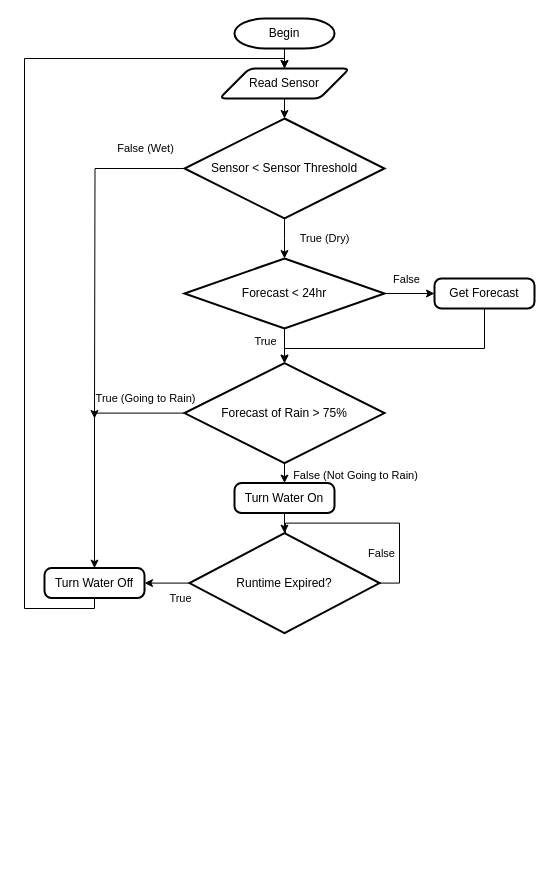
The draw.io diagram Irrigation System Optimised.drawio in williamprodinger23/williamprodinger23.github.io, before the edit. Source tidied: cells renumbered, new cells numbered last; positions are measured from the earlier drawing's top-left corner, leaving out a move shared by most shapes. Both pictures are drawn from the tidied source at 100%, with x=0, y=0 at pixel (24, 18).
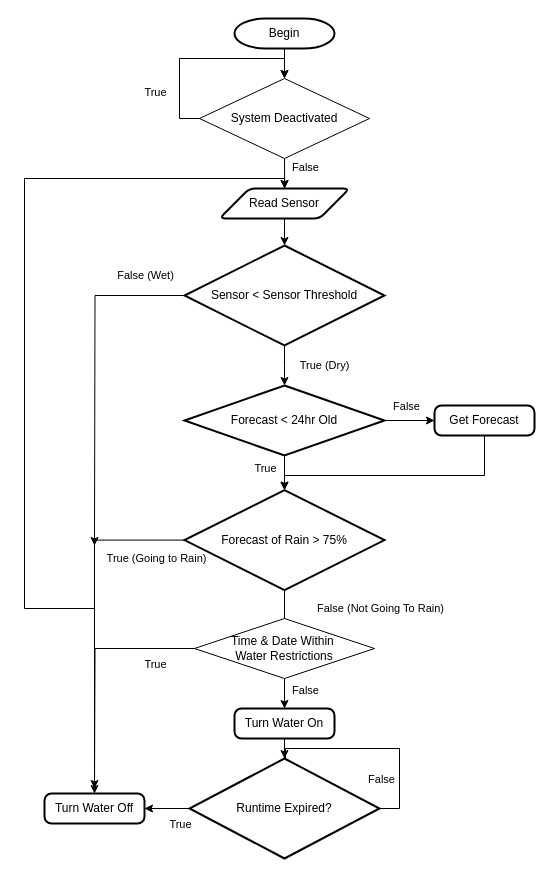
After the change.

Unchanged cells that the change refers to:
```xml
<mxCell id="3" value="Begin" style="strokeWidth=2;html=1;shape=mxgraph.flowchart.terminator;whiteSpace=wrap;" parent="1" vertex="1">
  <mxGeometry x="210" width="100" height="30" as="geometry" />
</mxCell>
<mxCell id="8" style="edgeStyle=orthogonalEdgeStyle;rounded=0;jettySize=auto;html=1;exitX=0;exitY=0.5;exitDx=0;exitDy=0;exitPerimeter=0;entryX=0.5;entryY=0;entryDx=0;entryDy=0;" parent="1" edge="1" source="12" target="22">
  <mxGeometry relative="1" as="geometry" />
</mxCell>
```

Diff of the diagram source:
```diff
@@
-    <mxCell id="2" style="edgeStyle=orthogonalEdgeStyle;rounded=0;jettySize=auto;html=1;exitX=0.5;exitY=1;exitDx=0;exitDy=0;exitPerimeter=0;entryX=0.5;entryY=0;entryDx=0;entryDy=0;" parent="1" edge="1" source="3" target="4">
-      <mxGeometry relative="1" as="geometry" />
-    </mxCell>
+    <mxCell id="32" style="edgeStyle=orthogonalEdgeStyle;rounded=0;jettySize=auto;html=1;exitX=0.5;exitY=1;exitDx=0;exitDy=0;exitPerimeter=0;" parent="1" edge="1" source="3" target="39">
+      <mxGeometry relative="1" as="geometry" />
+    </mxCell>
@@
     <mxCell id="4" value="Read Sensor" style="shape=parallelogram;html=1;strokeWidth=2;perimeter=parallelogramPerimeter;whiteSpace=wrap;rounded=1;arcSize=12;size=0.23;" parent="1" vertex="1">
-      <mxGeometry x="195" y="50" width="130" height="30" as="geometry" />
+      <mxGeometry x="195" y="170" width="130" height="30" as="geometry" />
     </mxCell>
     <mxCell id="5" style="edgeStyle=orthogonalEdgeStyle;rounded=0;jettySize=auto;html=1;exitX=0;exitY=0.5;exitDx=0;exitDy=0;exitPerimeter=0;" parent="1" edge="1" source="7">
       <mxGeometry relative="1" as="geometry">
-        <mxPoint x="70" y="400" as="targetPoint" />
+        <mxPoint x="70" y="527" as="targetPoint" />
       </mxGeometry>
     </mxCell>
@@
     <mxCell id="7" value="Sensor &amp;lt; Sensor Threshold" style="strokeWidth=2;html=1;shape=mxgraph.flowchart.decision;whiteSpace=wrap;" parent="1" vertex="1">
-      <mxGeometry x="160" y="100" width="200" height="100" as="geometry" />
+      <mxGeometry x="160" y="227" width="200" height="100" as="geometry" />
     </mxCell>
@@
     <mxCell id="9" value="True (Going to Rain)" style="edgeLabel;html=1;align=center;verticalAlign=middle;" parent="8" vertex="1">
       <mxGeometry x="-0.65" y="2" relative="1" as="geometry">
-        <mxPoint x="3" y="-17" as="offset" />
+        <mxPoint x="31" y="16" as="offset" />
       </mxGeometry>
     </mxCell>
-    <mxCell id="10" style="edgeStyle=orthogonalEdgeStyle;rounded=0;jettySize=auto;html=1;exitX=0.5;exitY=1;exitDx=0;exitDy=0;exitPerimeter=0;" parent="1" edge="1" source="12" target="15">
-      <mxGeometry relative="1" as="geometry" />
-    </mxCell>
-    <mxCell id="11" value="False (Not Going to Rain)" style="edgeLabel;html=1;align=center;verticalAlign=middle;" parent="10" vertex="1">
-      <mxGeometry x="-0.19" relative="1" as="geometry">
-        <mxPoint x="70" y="-4" as="offset" />
-      </mxGeometry>
-    </mxCell>
+    <mxCell id="33" style="edgeStyle=orthogonalEdgeStyle;rounded=0;jettySize=auto;html=1;exitX=0.5;exitY=1;exitDx=0;exitDy=0;exitPerimeter=0;" parent="1" edge="1" source="12">
+      <mxGeometry relative="1" as="geometry">
+        <mxPoint x="260" y="610" as="targetPoint" />
+      </mxGeometry>
+    </mxCell>
+    <mxCell id="34" value="False (Not Going To Rain)" style="edgeLabel;html=1;align=center;verticalAlign=middle;" parent="33" vertex="1">
+      <mxGeometry x="-0.3" y="-2" relative="1" as="geometry">
+        <mxPoint x="97" y="5" as="offset" />
+      </mxGeometry>
+    </mxCell>
     <mxCell id="12" value="Forecast of Rain &amp;gt; 75%" style="strokeWidth=2;html=1;shape=mxgraph.flowchart.decision;whiteSpace=wrap;" parent="1" vertex="1">
-      <mxGeometry x="160" y="344.6" width="200" height="100" as="geometry" />
+      <mxGeometry x="160" y="471.6" width="200" height="100" as="geometry" />
     </mxCell>
     <mxCell id="13" style="edgeStyle=orthogonalEdgeStyle;rounded=0;jettySize=auto;html=1;exitX=0.5;exitY=1;exitDx=0;exitDy=0;exitPerimeter=0;" parent="1" edge="1" source="7">
       <mxGeometry relative="1" as="geometry">
-        <mxPoint x="260" y="240" as="targetPoint" />
+        <mxPoint x="260" y="367" as="targetPoint" />
       </mxGeometry>
     </mxCell>
@@
     <mxCell id="15" value="Turn Water On" style="rounded=1;whiteSpace=wrap;html=1;absoluteArcSize=1;arcSize=14;strokeWidth=2;" parent="1" vertex="1">
-      <mxGeometry x="210" y="464.6" width="100" height="30" as="geometry" />
+      <mxGeometry x="210" y="690" width="100" height="30" as="geometry" />
     </mxCell>
@@
     <mxCell id="18" style="edgeStyle=orthogonalEdgeStyle;rounded=0;orthogonalLoop=1;jettySize=auto;html=1;exitX=1;exitY=0.5;exitDx=0;exitDy=0;exitPerimeter=0;entryX=0.5;entryY=0;entryDx=0;entryDy=0;entryPerimeter=0;" parent="1" edge="1" source="20" target="20">
       <mxGeometry relative="1" as="geometry">
         <Array as="points">
-          <mxPoint x="375" y="564.6" />
-          <mxPoint x="375" y="504.6" />
-          <mxPoint x="261" y="504.6" />
-          <mxPoint x="261" y="614.6" />
-          <mxPoint x="260" y="614.6" />
+          <mxPoint x="375" y="790" />
+          <mxPoint x="375" y="730" />
+          <mxPoint x="261" y="730" />
+          <mxPoint x="261" y="840" />
+          <mxPoint x="260" y="840" />
         </Array>
       </mxGeometry>
     </mxCell>
@@
     <mxCell id="20" value="Runtime Expired?" style="strokeWidth=2;html=1;shape=mxgraph.flowchart.decision;whiteSpace=wrap;" parent="1" vertex="1">
-      <mxGeometry x="165" y="514.6" width="190" height="100" as="geometry" />
+      <mxGeometry x="165" y="740" width="190" height="100" as="geometry" />
     </mxCell>
     <mxCell id="21" style="edgeStyle=orthogonalEdgeStyle;rounded=0;jettySize=auto;html=1;exitX=0.5;exitY=1;exitDx=0;exitDy=0;entryX=0.5;entryY=0;entryDx=0;entryDy=0;" parent="1" edge="1" source="22" target="4">
       <mxGeometry relative="1" as="geometry">
         <Array as="points">
           <mxPoint x="70" y="590" />
           <mxPoint y="590" />
-          <mxPoint y="40" />
-          <mxPoint x="260" y="40" />
+          <mxPoint y="160" />
+          <mxPoint x="260" y="160" />
         </Array>
       </mxGeometry>
     </mxCell>
     <mxCell id="22" value="Turn Water Off" style="rounded=1;whiteSpace=wrap;html=1;absoluteArcSize=1;arcSize=14;strokeWidth=2;" parent="1" vertex="1">
-      <mxGeometry x="20" y="549.6" width="100" height="30" as="geometry" />
+      <mxGeometry x="20" y="775" width="100" height="30" as="geometry" />
     </mxCell>
-    <mxCell id="23" style="edgeStyle=orthogonalEdgeStyle;rounded=0;jettySize=auto;html=1;exitX=0.5;exitY=1;exitDx=0;exitDy=0;entryX=0.5;entryY=0;entryDx=0;entryDy=0;entryPerimeter=0;" parent="1" edge="1" source="4" target="7">
-      <mxGeometry relative="1" as="geometry" />
-    </mxCell>
@@
-    <mxCell id="27" value="Forecast &amp;lt; 24hr" style="strokeWidth=2;html=1;shape=mxgraph.flowchart.decision;whiteSpace=wrap;" parent="1" vertex="1">
-      <mxGeometry x="160" y="240" width="200" height="70" as="geometry" />
+    <mxCell id="27" value="Forecast &amp;lt; 24hr Old" style="strokeWidth=2;html=1;shape=mxgraph.flowchart.decision;whiteSpace=wrap;" parent="1" vertex="1">
+      <mxGeometry x="160" y="367" width="200" height="70" as="geometry" />
     </mxCell>
     <mxCell id="28" value="Get Forecast" style="rounded=1;whiteSpace=wrap;html=1;absoluteArcSize=1;arcSize=14;strokeWidth=2;" parent="1" vertex="1">
-      <mxGeometry x="410" y="260" width="100" height="30" as="geometry" />
+      <mxGeometry x="410" y="387" width="100" height="30" as="geometry" />
     </mxCell>
@@
     <mxCell id="31" style="edgeStyle=orthogonalEdgeStyle;rounded=0;jettySize=auto;html=1;exitX=0.5;exitY=1;exitDx=0;exitDy=0;entryX=0.5;entryY=0;entryDx=0;entryDy=0;entryPerimeter=0;" parent="1" edge="1" source="28" target="12">
       <mxGeometry relative="1" as="geometry">
         <Array as="points">
-          <mxPoint x="460" y="330" />
-          <mxPoint x="260" y="330" />
+          <mxPoint x="460" y="457" />
+          <mxPoint x="260" y="457" />
         </Array>
       </mxGeometry>
     </mxCell>
+    <mxCell id="35" style="edgeStyle=orthogonalEdgeStyle;rounded=0;jettySize=auto;html=1;exitX=0.5;exitY=1;exitDx=0;exitDy=0;" parent="1" edge="1" source="39">
+      <mxGeometry relative="1" as="geometry">
+        <mxPoint x="260.2" y="170" as="targetPoint" />
+      </mxGeometry>
+    </mxCell>
+    <mxCell id="36" value="False" style="edgeLabel;html=1;align=center;verticalAlign=middle;" parent="35" vertex="1">
+      <mxGeometry x="-0.17" relative="1" as="geometry">
+        <mxPoint x="20" y="-3" as="offset" />
+      </mxGeometry>
+    </mxCell>
+    <mxCell id="37" style="edgeStyle=orthogonalEdgeStyle;rounded=0;jettySize=auto;html=1;exitX=0;exitY=0.5;exitDx=0;exitDy=0;" parent="1" edge="1" source="39">
+      <mxGeometry relative="1" as="geometry">
+        <mxPoint x="260" y="60" as="targetPoint" />
+        <Array as="points">
+          <mxPoint x="155" y="100" />
+          <mxPoint x="155" y="40" />
+          <mxPoint x="260" y="40" />
+        </Array>
+      </mxGeometry>
+    </mxCell>
+    <mxCell id="38" value="True" style="edgeLabel;html=1;align=center;verticalAlign=middle;" parent="37" vertex="1">
+      <mxGeometry x="-0.54" y="3" relative="1" as="geometry">
+        <mxPoint x="-22" as="offset" />
+      </mxGeometry>
+    </mxCell>
+    <mxCell id="39" value="System Deactivated" style="rhombus;whiteSpace=wrap;html=1;" parent="1" vertex="1">
+      <mxGeometry x="175" y="60" width="170" height="80" as="geometry" />
+    </mxCell>
+    <mxCell id="23" style="edgeStyle=orthogonalEdgeStyle;rounded=0;jettySize=auto;html=1;exitX=0.5;exitY=1;exitDx=0;exitDy=0;entryX=0.5;entryY=0;entryDx=0;entryDy=0;entryPerimeter=0;" parent="1" edge="1" source="4" target="7">
+      <mxGeometry relative="1" as="geometry" />
+    </mxCell>
+    <mxCell id="40" style="edgeStyle=orthogonalEdgeStyle;rounded=0;jettySize=auto;html=1;exitX=0;exitY=0.5;exitDx=0;exitDy=0;" parent="1" edge="1" source="44">
+      <mxGeometry relative="1" as="geometry">
+        <mxPoint x="70" y="770" as="targetPoint" />
+      </mxGeometry>
+    </mxCell>
+    <mxCell id="41" value="True" style="edgeLabel;html=1;align=center;verticalAlign=middle;" parent="40" vertex="1">
+      <mxGeometry x="-0.64" relative="1" as="geometry">
+        <mxPoint x="3" y="15" as="offset" />
+      </mxGeometry>
+    </mxCell>
+    <mxCell id="42" style="edgeStyle=orthogonalEdgeStyle;rounded=0;jettySize=auto;html=1;exitX=0.5;exitY=1;exitDx=0;exitDy=0;entryX=0.5;entryY=0;entryDx=0;entryDy=0;" parent="1" edge="1" source="44" target="15">
+      <mxGeometry relative="1" as="geometry" />
+    </mxCell>
+    <mxCell id="43" value="False" style="edgeLabel;html=1;align=center;verticalAlign=middle;" parent="42" vertex="1">
+      <mxGeometry x="-0.15" y="-3" relative="1" as="geometry">
+        <mxPoint x="23" y="-2" as="offset" />
+      </mxGeometry>
+    </mxCell>
+    <mxCell id="44" value="Time &amp;amp; Date Within&amp;nbsp;&lt;div&gt;Water Restrictions&lt;/div&gt;" style="rhombus;whiteSpace=wrap;html=1;" parent="1" vertex="1">
+      <mxGeometry x="170" y="600" width="180" height="60" as="geometry" />
+    </mxCell>
```
